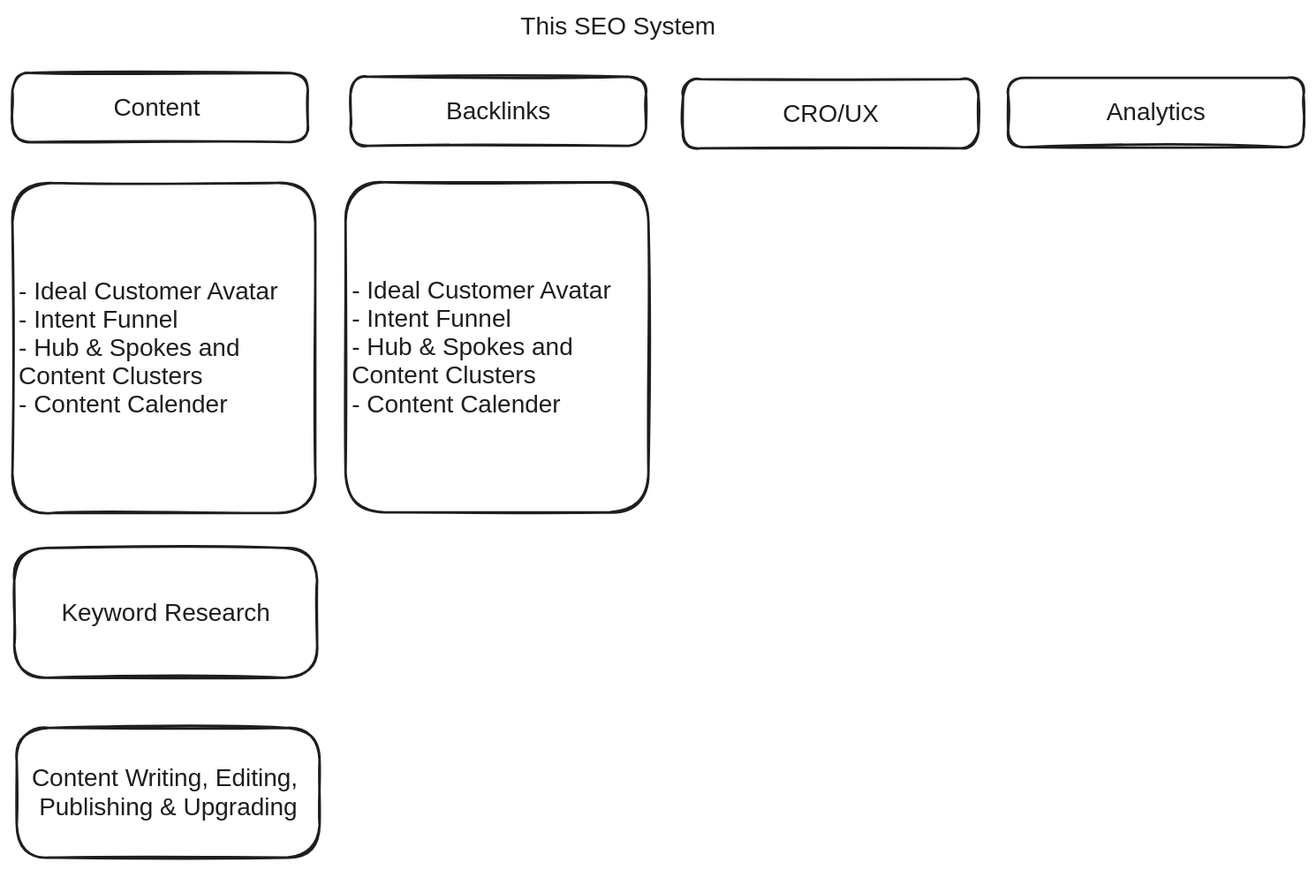
mshafat/noteshub keeps this Excalidraw diagram as QuickNotes/20240526 The SEO System.excalidraw.svg. Above is the earlier version. Source tidied: one line per element, renumbered; positions are measured from the earlier drawing's top-left corner, leaving out a move shared by most shapes.
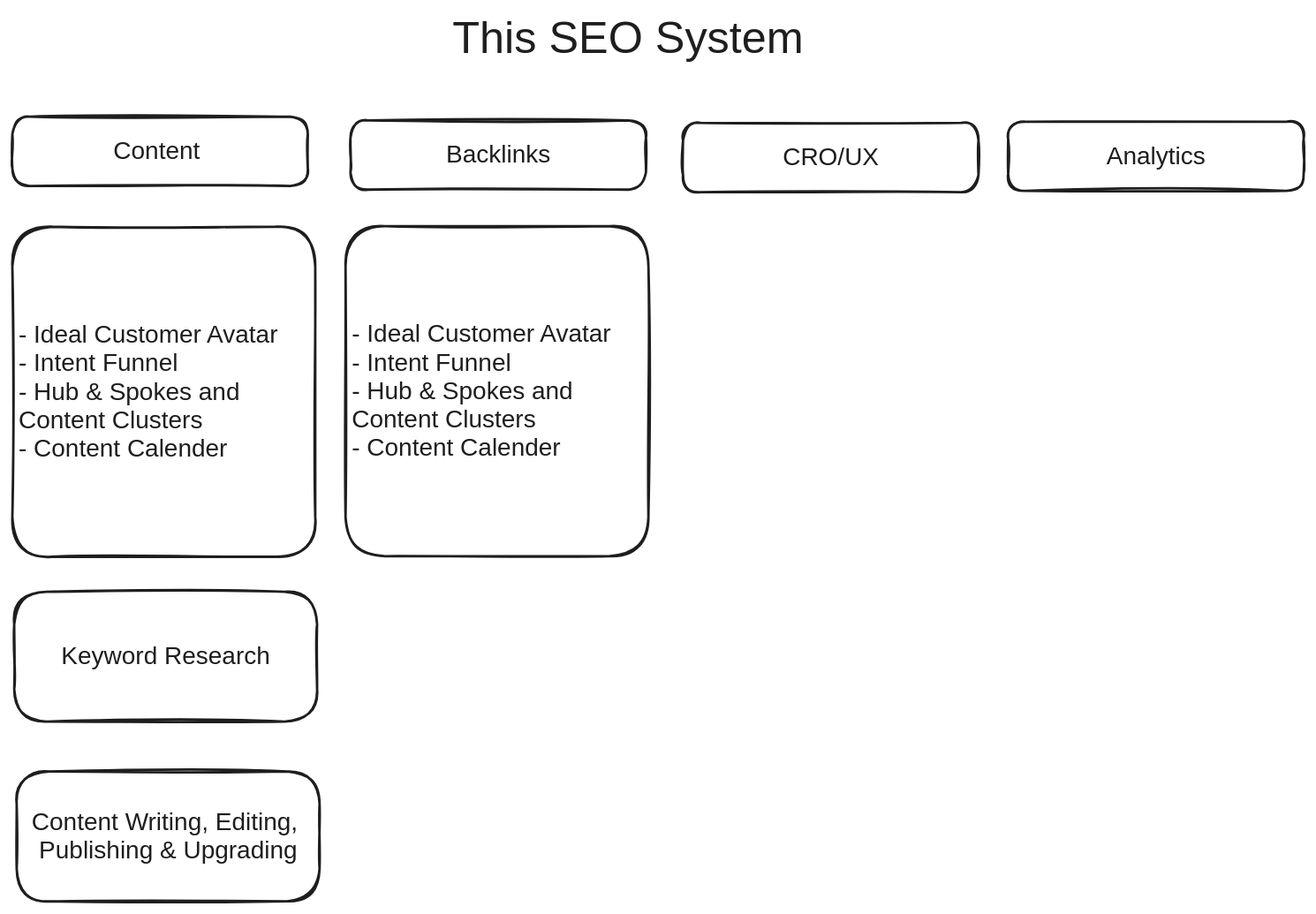
The same diagram one commit later.

Diff of the diagram source:
```diff
@@ -1,4 +1,4 @@
-{"id": 0, "type": "text", "text": "This SEO System", "strokeColor": "#1e1e1e", "strokeWidth": 2, "roughness": 1, "fontSize": 20, "fontFamily": 2, "x": 411, "y": 0, "width": 158, "height": 23}
+{"id": 0, "type": "text", "text": "This SEO System", "strokeColor": "#1e1e1e", "strokeWidth": 2, "roughness": 1, "fontSize": 36, "fontFamily": 2, "x": 356, "y": -35, "width": 284, "height": 41}
 {"id": 1, "type": "rectangle", "strokeColor": "#1e1e1e", "strokeWidth": 2, "roughness": 1, "round": true, "x": 0, "y": 49, "width": 239, "height": 56}
 {"id": 2, "type": "text", "text": "Content ", "strokeColor": "#1e1e1e", "strokeWidth": 2, "roughness": 1, "fontSize": 20, "fontFamily": 2, "textAlign": "center", "verticalAlign": "middle", "inside": 1, "x": 82, "y": 66, "width": 76, "height": 23}
 {"id": 3, "type": "rectangle", "strokeColor": "#1e1e1e", "strokeWidth": 2, "roughness": 1, "round": true, "x": 274, "y": 52, "width": 239, "height": 56}
```
